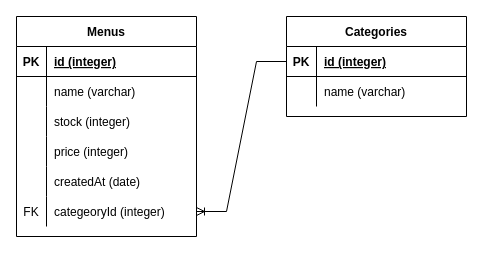
Above: Hacktiv Cafe.drawio in dandirahmadani19/LetsVacation (draw.io), before the change. Source tidied: cells renumbered, new cells numbered last; positions are measured from the earlier drawing's top-left corner, leaving out a move shared by most shapes. Both pictures are drawn from the tidied source at 100%, with x=0, y=0 at pixel (16, 16).
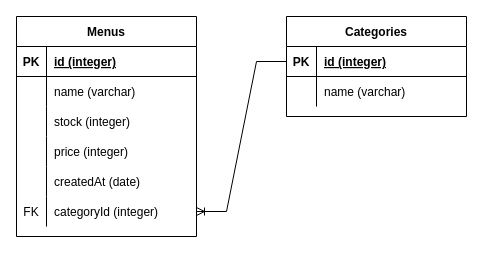
The same page after the edit.

The change refers to these unchanged cells:
```xml
<mxCell id="18" style="shape=tableRow;horizontal=0;startSize=0;swimlaneHead=0;swimlaneBody=0;fillColor=none;points=[[0,0.5],[1,0.5]];portConstraint=eastwest;top=0;left=0;right=0;bottom=0;" parent="2" vertex="1">
  <mxGeometry y="180" width="180" height="30" as="geometry" />
</mxCell>
```

Change to the diagram source:
```diff
@@
-    <mxCell id="20" value="categeoryId (integer)" style="shape=partialRectangle;fillColor=none;top=0;left=0;bottom=0;right=0;align=left;spacingLeft=6;overflow=hidden;" parent="18" vertex="1">
+    <mxCell id="20" value="categoryId (integer)" style="shape=partialRectangle;fillColor=none;top=0;left=0;bottom=0;right=0;align=left;spacingLeft=6;overflow=hidden;" parent="18" vertex="1">
       <mxGeometry x="30" width="150" height="30" as="geometry" />
     </mxCell>
```
